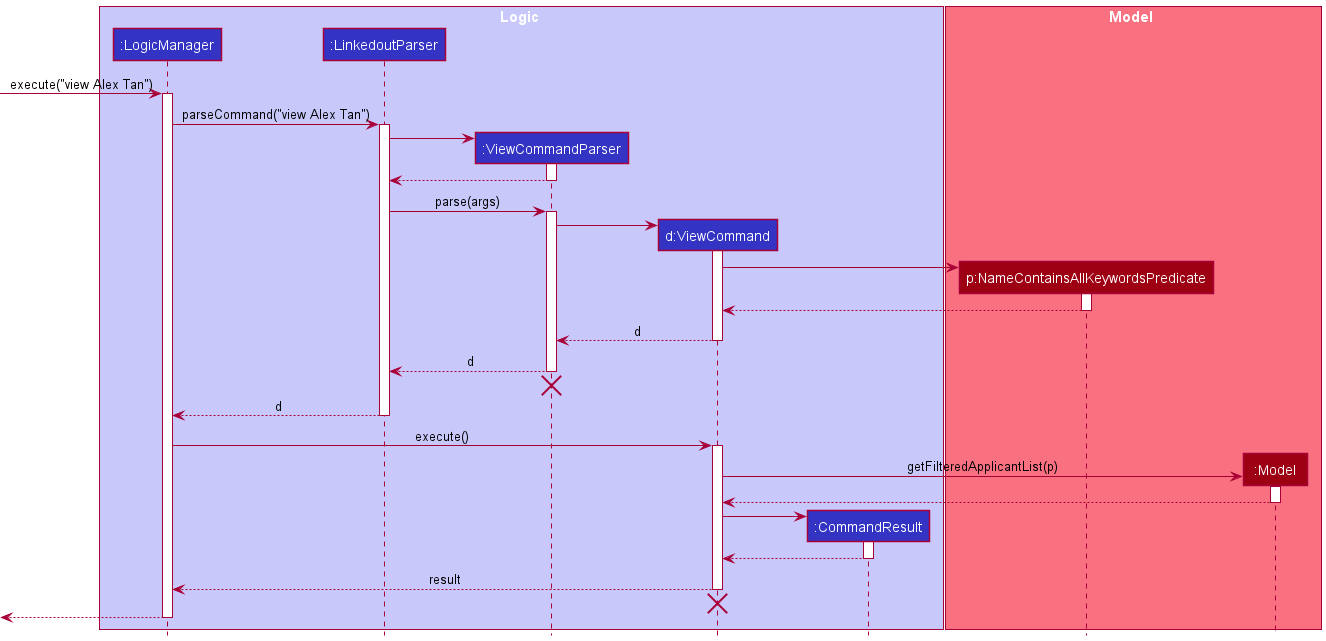
Before: docs/images/ViewSequenceDiagram.png, a diagram exported from PlantUML (zzhikai/tp). Its diagram source:
```plantuml
@startuml
!include style.puml

box Logic LOGIC_COLOR_T1
participant ":LogicManager" as LogicManager LOGIC_COLOR
participant ":LinkedoutParser" as LinkedoutParser LOGIC_COLOR
participant ":ViewCommandParser" as ViewCommandParser LOGIC_COLOR
participant "d:ViewCommand" as ViewCommand LOGIC_COLOR
participant ":CommandResult" as CommandResult LOGIC_COLOR
end box

box Model MODEL_COLOR_T1
participant "p:NameContainsAllKeywordsPredicate" as NameContainsAllKeywordsPredicate MODEL_COLOR
participant ":Model" as Model MODEL_COLOR
end box

[-> LogicManager : execute("view Alex Tan")
activate LogicManager

LogicManager -> LinkedoutParser : parseCommand("view Alex Tan")
activate LinkedoutParser

create ViewCommandParser
LinkedoutParser -> ViewCommandParser
activate ViewCommandParser

ViewCommandParser --> LinkedoutParser
deactivate ViewCommandParser

LinkedoutParser -> ViewCommandParser : parse(args)
activate ViewCommandParser

create ViewCommand
ViewCommandParser -> ViewCommand
activate ViewCommand

create NameContainsAllKeywordsPredicate
ViewCommand -> NameContainsAllKeywordsPredicate
activate NameContainsAllKeywordsPredicate

NameContainsAllKeywordsPredicate --> ViewCommand
deactivate NameContainsAllKeywordsPredicate

ViewCommand --> ViewCommandParser : d
deactivate ViewCommand

ViewCommandParser --> LinkedoutParser : d
deactivate ViewCommandParser
ViewCommandParser -[hidden]-> LinkedoutParser
destroy ViewCommandParser

LinkedoutParser --> LogicManager : d
deactivate LinkedoutParser

LogicManager -> ViewCommand : execute()
activate ViewCommand

create Model
ViewCommand -> Model : getFilteredApplicantList(p)
activate Model

Model --> ViewCommand
deactivate Model

create CommandResult
ViewCommand -> CommandResult
activate CommandResult

CommandResult --> ViewCommand
deactivate CommandResult

ViewCommand --> LogicManager : result
deactivate ViewCommand
ViewCommand -[hidden]-> LinkedoutParser
destroy ViewCommand

[<--LogicManager
deactivate LogicManager
@enduml
```
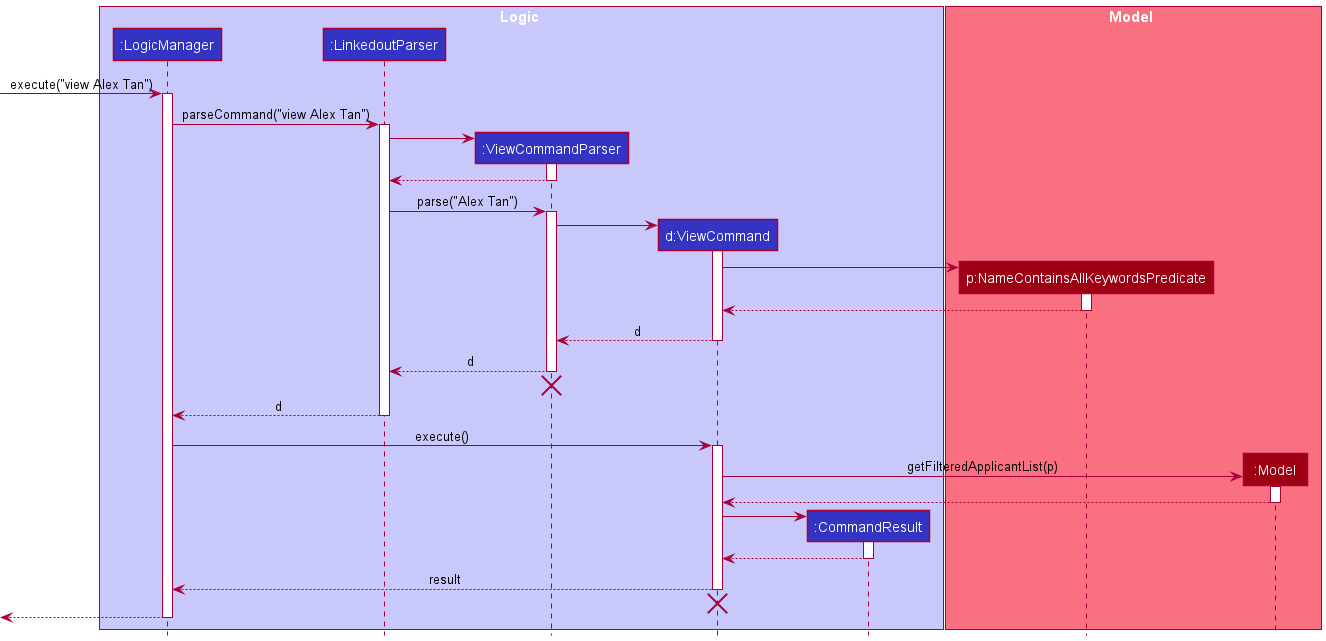
After the commit.

Diff of the diagram source:
```diff
@@ -27,7 +27,7 @@
 ViewCommandParser --> LinkedoutParser
 deactivate ViewCommandParser
 
-LinkedoutParser -> ViewCommandParser : parse(args)
+LinkedoutParser -> ViewCommandParser : parse("Alex Tan")
 activate ViewCommandParser
 
 create ViewCommand
```
